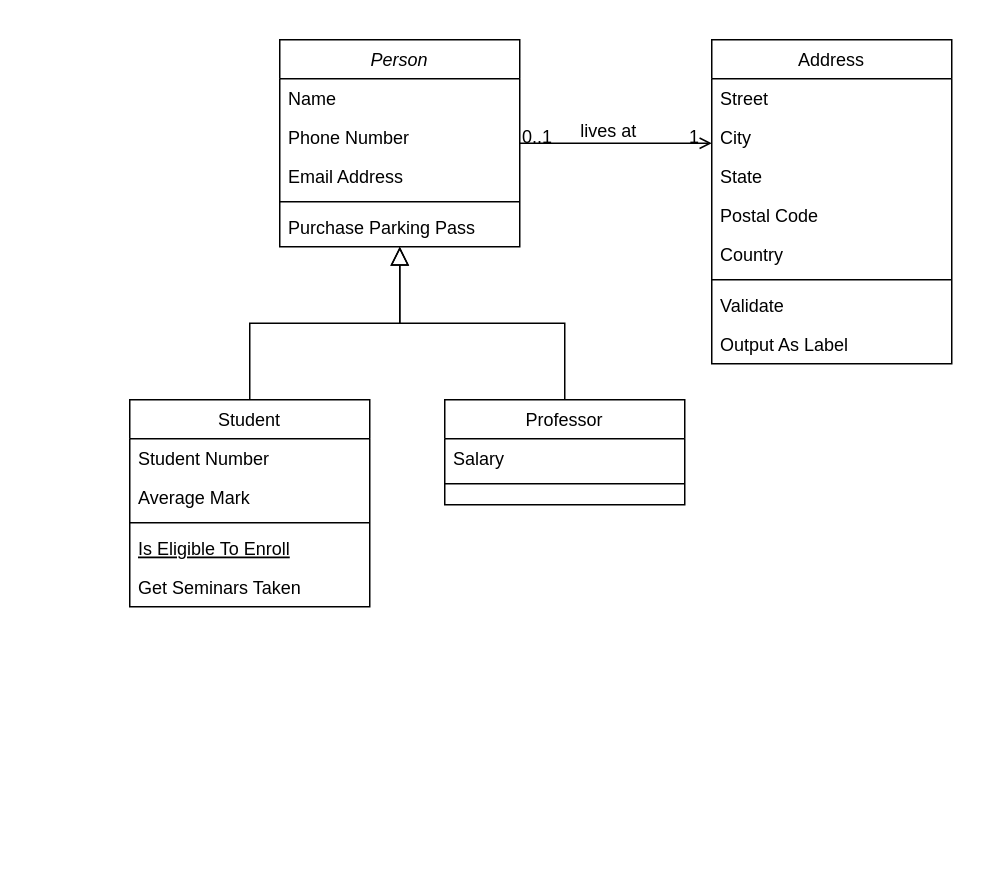
This is transformers.drawio from xulizhi321/drawio-proj, a draw.io file, before an edit. Source tidied: cells renumbered, new cells numbered last; positions are measured from the earlier drawing's top-left corner, leaving out a move shared by most shapes. Both pictures are drawn from the tidied source at 150%, with x=0, y=0 at pixel (129, 39).
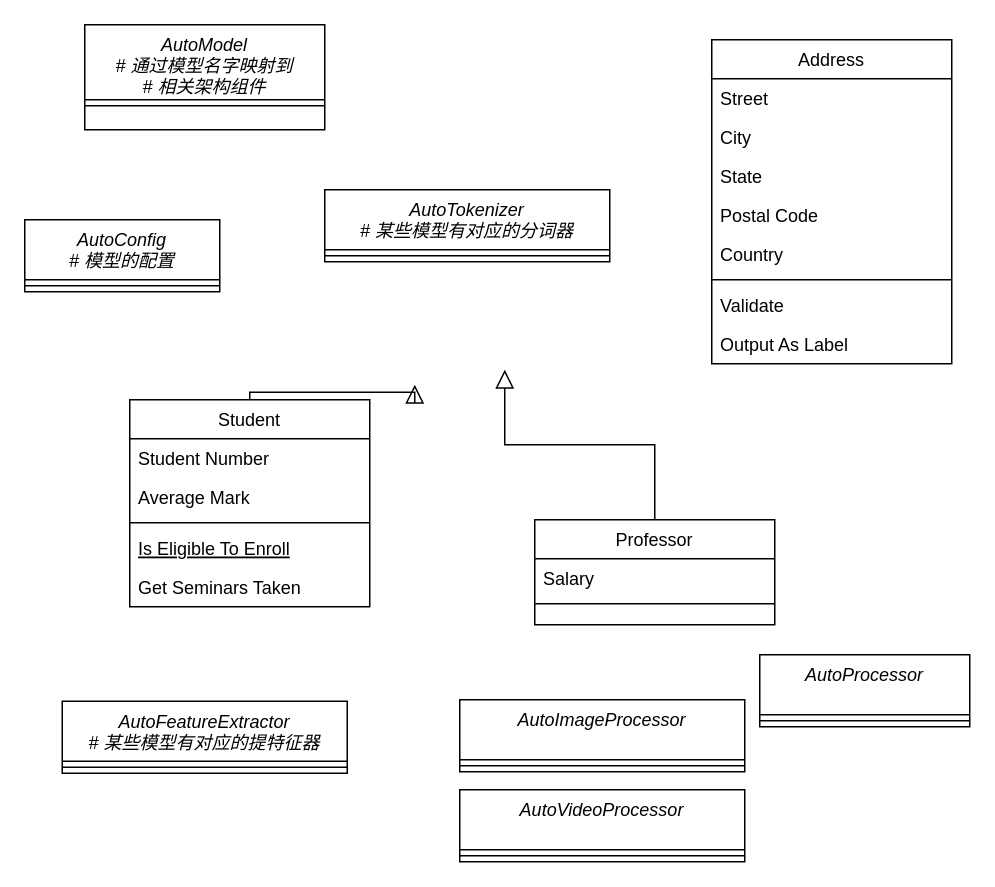
Above is the later version.

Unchanged cells that the change refers to:
```xml
<mxCell id="8" value="Student" style="swimlane;fontStyle=0;align=center;verticalAlign=top;horizontal=1;startSize=26;rounded=0;shadow=0;strokeWidth=1;" parent="1" vertex="1">
  <mxGeometry y="240" width="160" height="138" as="geometry" />
</mxCell>
<mxCell id="19" value="Address" style="swimlane;fontStyle=0;align=center;verticalAlign=top;horizontal=1;startSize=26;rounded=0;shadow=0;strokeWidth=1;" parent="1" vertex="1">
  <mxGeometry x="388" width="160" height="216" as="geometry" />
</mxCell>
```

Change to the diagram source:
```diff
@@
-    <mxCell id="2" value="Person" style="swimlane;fontStyle=2;align=center;verticalAlign=top;horizontal=1;startSize=26;rounded=0;shadow=0;strokeWidth=1;" parent="1" vertex="1">
-      <mxGeometry x="100" width="160" height="138" as="geometry" />
+    <mxCell id="2" value="AutoModel&#10;# 通过模型名字映射到&#10;# 相关架构组件" style="swimlane;fontStyle=2;align=center;verticalAlign=top;horizontal=1;startSize=50;rounded=0;shadow=0;strokeWidth=1;" parent="1" vertex="1">
+      <mxGeometry x="-30" y="-10" width="160" height="70" as="geometry" />
     </mxCell>
-    <mxCell id="3" value="Name" style="text;align=left;verticalAlign=top;spacingLeft=4;spacingRight=4;overflow=hidden;" parent="2" vertex="1">
-      <mxGeometry y="26" width="160" height="26" as="geometry" />
-    </mxCell>
-    <mxCell id="4" value="Phone Number" style="text;align=left;verticalAlign=top;spacingLeft=4;spacingRight=4;overflow=hidden;rounded=0;shadow=0;html=0;" parent="2" vertex="1">
-      <mxGeometry y="52" width="160" height="26" as="geometry" />
-    </mxCell>
-    <mxCell id="5" value="Email Address" style="text;align=left;verticalAlign=top;spacingLeft=4;spacingRight=4;overflow=hidden;rounded=0;shadow=0;html=0;" parent="2" vertex="1">
-      <mxGeometry y="78" width="160" height="26" as="geometry" />
-    </mxCell>
     <mxCell id="6" style="line;html=1;strokeWidth=1;align=left;verticalAlign=middle;spacingTop=-1;spacingLeft=3;spacingRight=3;labelPosition=right;" parent="2" vertex="1">
-      <mxGeometry y="104" width="160" height="8" as="geometry" />
+      <mxGeometry y="50" width="160" height="8" as="geometry" />
     </mxCell>
-    <mxCell id="7" value="Purchase Parking Pass" style="text;align=left;verticalAlign=top;spacingLeft=4;spacingRight=4;overflow=hidden;" parent="2" vertex="1">
-      <mxGeometry y="112" width="160" height="26" as="geometry" />
-    </mxCell>
@@
-    <mxCell id="14" style="endArrow=block;endSize=10;endFill=0;shadow=0;strokeWidth=1;rounded=0;curved=0;edgeStyle=elbowEdgeStyle;elbow=vertical;" parent="1" edge="1" source="8" target="2">
-      <mxGeometry relative="1" as="geometry" />
+    <mxCell id="14" style="endArrow=block;endSize=10;endFill=0;shadow=0;strokeWidth=1;rounded=0;curved=0;edgeStyle=elbowEdgeStyle;elbow=vertical;" parent="1" edge="1" source="8">
+      <mxGeometry relative="1" as="geometry">
+        <mxPoint x="190" y="230" as="targetPoint" />
+      </mxGeometry>
     </mxCell>
     <mxCell id="15" value="Professor" style="swimlane;fontStyle=0;align=center;verticalAlign=top;horizontal=1;startSize=26;rounded=0;shadow=0;strokeWidth=1;" parent="1" vertex="1">
-      <mxGeometry x="210" y="240" width="160" height="70" as="geometry" />
+      <mxGeometry x="270" y="320" width="160" height="70" as="geometry" />
     </mxCell>
@@
-    <mxCell id="18" style="endArrow=block;endSize=10;endFill=0;shadow=0;strokeWidth=1;rounded=0;curved=0;edgeStyle=elbowEdgeStyle;elbow=vertical;" parent="1" edge="1" source="15" target="2">
-      <mxGeometry relative="1" as="geometry" />
+    <mxCell id="18" style="endArrow=block;endSize=10;endFill=0;shadow=0;strokeWidth=1;rounded=0;curved=0;edgeStyle=elbowEdgeStyle;elbow=vertical;" parent="1" edge="1" source="15">
+      <mxGeometry relative="1" as="geometry">
+        <mxPoint x="250" y="220" as="targetPoint" />
+      </mxGeometry>
     </mxCell>
@@
-    <mxCell id="28" style="endArrow=open;shadow=0;strokeWidth=1;rounded=0;curved=0;endFill=1;edgeStyle=elbowEdgeStyle;elbow=vertical;" parent="1" edge="1" source="2" target="19">
-      <mxGeometry x="0.5" y="41" relative="1" as="geometry">
-        <mxPoint x="-40" y="32" as="offset" />
-      </mxGeometry>
-    </mxCell>
-    <mxCell id="29" value="0..1" style="align=left;verticalAlign=bottom;labelBackgroundColor=none;fontSize=12;" parent="28" vertex="1">
-      <mxGeometry x="-1" relative="1" as="geometry">
-        <mxPoint y="4" as="offset" />
-      </mxGeometry>
-    </mxCell>
-    <mxCell id="30" value="1" style="align=right;verticalAlign=bottom;labelBackgroundColor=none;fontSize=12;" parent="28" vertex="1">
-      <mxGeometry x="1" relative="1" as="geometry">
-        <mxPoint x="-7" y="4" as="offset" />
-      </mxGeometry>
-    </mxCell>
-    <mxCell id="31" value="lives at" style="text;html=1;align=center;verticalAlign=middle;labelBackgroundColor=none;rounded=0;shadow=0;strokeWidth=1;fontSize=12;" parent="28" vertex="1">
-      <mxGeometry x="0.5" y="49" relative="1" as="geometry">
-        <mxPoint x="-38" y="40" as="offset" />
-      </mxGeometry>
-    </mxCell>
+    <mxCell id="32" value="AutoConfig&#10;# 模型的配置" style="swimlane;fontStyle=2;align=center;verticalAlign=top;horizontal=1;startSize=40;rounded=0;shadow=0;strokeWidth=1;" parent="1" vertex="1">
+      <mxGeometry x="-70" y="120" width="130" height="48" as="geometry" />
+    </mxCell>
+    <mxCell id="33" style="line;html=1;strokeWidth=1;align=left;verticalAlign=middle;spacingTop=-1;spacingLeft=3;spacingRight=3;labelPosition=right;" parent="32" vertex="1">
+      <mxGeometry y="40" width="130" height="8" as="geometry" />
+    </mxCell>
+    <mxCell id="34" value="AutoTokenizer&#10;# 某些模型有对应的分词器" style="swimlane;fontStyle=2;align=center;verticalAlign=top;horizontal=1;startSize=40;rounded=0;shadow=0;strokeWidth=1;" parent="1" vertex="1">
+      <mxGeometry x="130" y="100" width="190" height="48" as="geometry" />
+    </mxCell>
+    <mxCell id="35" style="line;html=1;strokeWidth=1;align=left;verticalAlign=middle;spacingTop=-1;spacingLeft=3;spacingRight=3;labelPosition=right;" parent="34" vertex="1">
+      <mxGeometry y="40" width="190" height="8" as="geometry" />
+    </mxCell>
+    <mxCell id="36" value="AutoFeatureExtractor&#10;# 某些模型有对应的提特征器" style="swimlane;fontStyle=2;align=center;verticalAlign=top;horizontal=1;startSize=40;rounded=0;shadow=0;strokeWidth=1;" parent="1" vertex="1">
+      <mxGeometry x="-45" y="441" width="190" height="48" as="geometry" />
+    </mxCell>
+    <mxCell id="37" style="line;html=1;strokeWidth=1;align=left;verticalAlign=middle;spacingTop=-1;spacingLeft=3;spacingRight=3;labelPosition=right;" parent="36" vertex="1">
+      <mxGeometry y="40" width="190" height="8" as="geometry" />
+    </mxCell>
+    <mxCell id="38" value="AutoImageProcessor" style="swimlane;fontStyle=2;align=center;verticalAlign=top;horizontal=1;startSize=40;rounded=0;shadow=0;strokeWidth=1;" parent="1" vertex="1">
+      <mxGeometry x="220" y="440" width="190" height="48" as="geometry" />
+    </mxCell>
+    <mxCell id="39" style="line;html=1;strokeWidth=1;align=left;verticalAlign=middle;spacingTop=-1;spacingLeft=3;spacingRight=3;labelPosition=right;" parent="38" vertex="1">
+      <mxGeometry y="40" width="190" height="8" as="geometry" />
+    </mxCell>
+    <mxCell id="40" value="AutoVideoProcessor" style="swimlane;fontStyle=2;align=center;verticalAlign=top;horizontal=1;startSize=40;rounded=0;shadow=0;strokeWidth=1;" parent="1" vertex="1">
+      <mxGeometry x="220" y="500" width="190" height="48" as="geometry" />
+    </mxCell>
+    <mxCell id="41" style="line;html=1;strokeWidth=1;align=left;verticalAlign=middle;spacingTop=-1;spacingLeft=3;spacingRight=3;labelPosition=right;" parent="40" vertex="1">
+      <mxGeometry y="40" width="190" height="8" as="geometry" />
+    </mxCell>
+    <mxCell id="42" value="AutoProcessor" style="swimlane;fontStyle=2;align=center;verticalAlign=top;horizontal=1;startSize=40;rounded=0;shadow=0;strokeWidth=1;" parent="1" vertex="1">
+      <mxGeometry x="420" y="410" width="140" height="48" as="geometry" />
+    </mxCell>
+    <mxCell id="43" style="line;html=1;strokeWidth=1;align=left;verticalAlign=middle;spacingTop=-1;spacingLeft=3;spacingRight=3;labelPosition=right;" parent="42" vertex="1">
+      <mxGeometry y="40" width="140" height="8" as="geometry" />
+    </mxCell>
```
